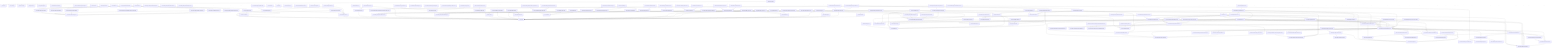
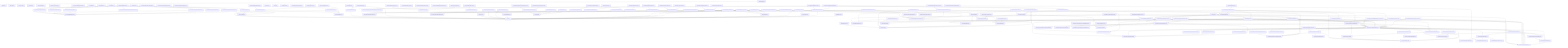
graph TD
  package__ankhorage_studio["@ankhorage/studio"]
  entrypoint_src_index_ts["src/index.ts"]
  package__ankhorage_studio --> entrypoint_src_index_ts
  module_knip_config_ts["knip.config.ts"]
  package__ankhorage_studio -.-> module_knip_config_ts
  module_paradox_config_ts["paradox.config.ts"]
  package__ankhorage_studio -.-> module_paradox_config_ts
  module_src_app_index_ts["src/app/index.ts"]
  package__ankhorage_studio -.-> module_src_app_index_ts
  module_src_app_StudioApp_tsx["src/app/StudioApp.tsx"]
  package__ankhorage_studio -.-> module_src_app_StudioApp_tsx
  module_src_app_StudioDashboard_tsx["src/app/StudioDashboard.tsx"]
  package__ankhorage_studio -.-> module_src_app_StudioDashboard_tsx
  module_src_app_StudioDashboard_tsx --> module_src_hooks_useProjects_ts
  module_src_app_StudioDashboard_tsx --> module_src_hooks_useTemplateSummaries_ts
  module_src_app_StudioDashboard_tsx --> module_src_modules_dashboard_platform_ts
  module_src_app_StudioDashboard_tsx --> module_src_modules_dashboard_search_ts
  module_src_app_StudioDashboard_tsx --> module_src_modules_dashboard_templates_ts
  module_src_app_StudioDashboard_tsx --> module_src_modules_dashboard_types_ts
  module_src_app_StudioDashboard_tsx --> module_src_modules_dashboard_ui_DashboardSectionHeader_tsx
  module_src_app_StudioDashboard_tsx --> module_src_modules_dashboard_ui_ProjectCard_tsx
  module_src_app_StudioDashboard_tsx --> module_src_modules_dashboard_ui_TemplateCard_tsx
  module_src_authFlowContract_test_ts["src/authFlowContract.test.ts"]
  package__ankhorage_studio -.-> module_src_authFlowContract_test_ts
  module_src_authSettings_test_ts["src/authSettings.test.ts"]
  package__ankhorage_studio -.-> module_src_authSettings_test_ts
  module_src_authSettings_test_ts --> module_src_authSettings_ts
  module_src_authSettings_ts["src/authSettings.ts"]
  package__ankhorage_studio -.-> module_src_authSettings_ts
  module_src_canvasDragModel_public_test_ts["src/canvasDragModel.public.test.ts"]
  package__ankhorage_studio -.-> module_src_canvasDragModel_public_test_ts
  module_src_canvasDragModel_public_test_ts --> module_src_canvasDragModel_ts
  module_src_canvasDragModel_public_test_ts --> module_src_canvasDropZones_ts
  module_src_canvasDragModel_test_ts["src/canvasDragModel.test.ts"]
  package__ankhorage_studio -.-> module_src_canvasDragModel_test_ts
  module_src_canvasDragModel_test_ts --> module_src_canvasDragModel_ts
  module_src_canvasDragModel_test_ts --> module_src_canvasDropZones_ts
  module_src_canvasDragModel_ts["src/canvasDragModel.ts"]
  package__ankhorage_studio -.-> module_src_canvasDragModel_ts
  module_src_canvasDragModel_ts --> module_src_canvasDropZones_ts
  module_src_canvasDragModel_ts --> module_src_index_ts
  module_src_canvasDropZones_test_ts["src/canvasDropZones.test.ts"]
  package__ankhorage_studio -.-> module_src_canvasDropZones_test_ts
  module_src_canvasDropZones_test_ts --> module_src_canvasDropZones_ts
  module_src_canvasDropZones_test_ts --> module_src_index_ts
  module_src_canvasDropZones_ts["src/canvasDropZones.ts"]
  package__ankhorage_studio -.-> module_src_canvasDropZones_ts
  module_src_canvasDropZones_ts --> module_src_index_ts
  module_src_cli_index_ts["src/cli/index.ts"]
  package__ankhorage_studio -.-> module_src_cli_index_ts
  module_src_cli_index_ts --> module_src_host_createStudioHost_ts
  module_src_cli_index_ts --> module_src_host_http_server_ts
  module_src_cli_index_ts --> module_src_host_templateRegistry_index_ts
  module_src_cli_index_ts --> module_src_host_utils_workspaceRoot_ts
  module_src_core_constants_ts["src/core/constants.ts"]
  package__ankhorage_studio -.-> module_src_core_constants_ts
  module_src_core_StudioContext_ts["src/core/StudioContext.ts"]
  package__ankhorage_studio -.-> module_src_core_StudioContext_ts
  module_src_core_StudioContext_ts --> module_src_index_ts
  module_src_core_studioPackageBoundary_ts["src/core/studioPackageBoundary.ts"]
  package__ankhorage_studio -.-> module_src_core_studioPackageBoundary_ts
  module_src_core_StudioProvider_ts["src/core/StudioProvider.ts"]
  package__ankhorage_studio -.-> module_src_core_StudioProvider_ts
  module_src_core_StudioProvider_ts --> module_src_core_StudioContext_ts
  module_src_core_StudioProvider_ts --> module_src_index_ts
  module_src_dnd_index_ts["src/dnd/index.ts"]
  package__ankhorage_studio -.-> module_src_dnd_index_ts
  module_src_dnd_primitives_ts["src/dnd/primitives.ts"]
  package__ankhorage_studio -.-> module_src_dnd_primitives_ts
  module_src_dnd_state_ts["src/dnd/state.ts"]
  package__ankhorage_studio -.-> module_src_dnd_state_ts
  module_src_hooks_useProjects_ts["src/hooks/useProjects.ts"]
  package__ankhorage_studio -.-> module_src_hooks_useProjects_ts
  module_src_hooks_useProjects_ts --> module_src_core_constants_ts
  module_src_hooks_useTemplateSummaries_ts["src/hooks/useTemplateSummaries.ts"]
  package__ankhorage_studio -.-> module_src_hooks_useTemplateSummaries_ts
  module_src_hooks_useTemplateSummaries_ts --> module_src_core_constants_ts
  module_src_hooks_useTemplateSummaries_ts --> module_src_modules_dashboard_types_ts
  module_src_host_auth_projectAuthHealthService_ts["src/host/auth/projectAuthHealthService.ts"]
  package__ankhorage_studio -.-> module_src_host_auth_projectAuthHealthService_ts
  module_src_host_auth_projectAuthHealthService_ts --> module_src_host_orchestrator_projectManager_ts
  module_src_host_auth_projectAuthHealthService_ts --> module_src_host_secrets_projectSecretService_ts
  module_src_host_auth_projectAuthHealthService_ts --> module_src_projectAuthHealth_ts
  module_src_host_auth_projectAuthService_test_ts["src/host/auth/projectAuthService.test.ts"]
  package__ankhorage_studio -.-> module_src_host_auth_projectAuthService_test_ts
  module_src_host_auth_projectAuthService_test_ts --> module_src_host_auth_projectAuthService_ts
  module_src_host_auth_projectAuthService_ts["src/host/auth/projectAuthService.ts"]
  package__ankhorage_studio -.-> module_src_host_auth_projectAuthService_ts
  module_src_host_auth_projectAuthService_ts --> module_src_authSettings_ts
  module_src_host_auth_projectAuthService_ts --> module_src_host_orchestrator_projectManager_ts
  module_src_host_createStudioHost_ts["src/host/createStudioHost.ts"]
  package__ankhorage_studio -.-> module_src_host_createStudioHost_ts
  module_src_host_createStudioHost_ts --> module_src_host_orchestrator_infraRuntime_ts
  module_src_host_createStudioHost_ts --> module_src_host_orchestrator_moduleManager_ts
  module_src_host_createStudioHost_ts --> module_src_host_orchestrator_projectManager_ts
+   module_src_host_generatedAuthAdapterRuntime_smoke_test_ts["src/host/generatedAuthAdapterRuntime.smoke.test.ts"]
+   package__ankhorage_studio -.-> module_src_host_generatedAuthAdapterRuntime_smoke_test_ts
+   module_src_host_generatedAuthAdapterRuntime_smoke_test_ts --> module_src_host_orchestrator_moduleManager_ts
+   module_src_host_generatedAuthAdapterRuntime_smoke_test_ts --> module_src_host_orchestrator_projectManager_ts
+   module_src_host_generatedAuthAdapterRuntime_smoke_test_ts --> module_src_host_templateRegistry_index_ts
  module_src_host_hostLifecycle_smoke_test_ts["src/host/hostLifecycle.smoke.test.ts"]
  package__ankhorage_studio -.-> module_src_host_hostLifecycle_smoke_test_ts
  module_src_host_hostLifecycle_smoke_test_ts --> module_src_host_orchestrator_moduleManager_ts
  module_src_host_hostLifecycle_smoke_test_ts --> module_src_host_orchestrator_projectManager_ts
  module_src_host_hostLifecycle_smoke_test_ts --> module_src_host_templateRegistry_index_ts
  module_src_host_hostOwnership_test_ts["src/host/hostOwnership.test.ts"]
  package__ankhorage_studio -.-> module_src_host_hostOwnership_test_ts
  module_src_host_hostOwnership_test_ts --> module_src_host_http_security_ts
  module_src_host_hostOwnership_test_ts --> module_src_host_orchestrator_projectPaths_ts
  module_src_host_hostOwnership_test_ts --> module_src_host_utils_workspaceRoot_ts
  module_src_host_http_authRoutes_ts["src/host/http/authRoutes.ts"]
  package__ankhorage_studio -.-> module_src_host_http_authRoutes_ts
  module_src_host_http_authRoutes_ts --> module_src_host_auth_projectAuthHealthService_ts
  module_src_host_http_authRoutes_ts --> module_src_host_auth_projectAuthService_ts
  module_src_host_http_authRoutes_ts --> module_src_host_orchestrator_projectManager_ts
  module_src_host_http_authRoutes_ts --> module_src_host_secrets_projectSecretService_ts
  module_src_host_http_secretRoutes_ts["src/host/http/secretRoutes.ts"]
  package__ankhorage_studio -.-> module_src_host_http_secretRoutes_ts
  module_src_host_http_secretRoutes_ts --> module_src_host_orchestrator_projectManager_ts
  module_src_host_http_secretRoutes_ts --> module_src_host_secrets_projectSecretService_ts
  module_src_host_http_security_ts["src/host/http/security.ts"]
  package__ankhorage_studio -.-> module_src_host_http_security_ts
  module_src_host_http_server_ts["src/host/http/server.ts"]
  package__ankhorage_studio -.-> module_src_host_http_server_ts
  module_src_host_http_server_ts --> module_src_host_http_security_ts
  module_src_host_http_server_ts --> module_src_host_orchestrator_infraRuntime_ts
  module_src_host_http_server_ts --> module_src_host_orchestrator_moduleManager_ts
  module_src_host_http_server_ts --> module_src_host_orchestrator_projectManager_ts
  module_src_host_http_server_ts --> module_src_host_orchestrator_resolveMutations_ts
  module_src_host_http_server_ts --> module_src_host_templateRegistry_index_ts
  module_src_host_http_server_ts --> module_src_host_utils_trimOutput_ts
  module_src_host_http_server_ts --> module_src_host_utils_workspaceRoot_ts
  module_src_host_http_serverWithSecrets_ts["src/host/http/serverWithSecrets.ts"]
  package__ankhorage_studio -.-> module_src_host_http_serverWithSecrets_ts
  module_src_host_http_serverWithSecrets_ts --> module_src_host_http_authRoutes_ts
  module_src_host_http_serverWithSecrets_ts --> module_src_host_http_secretRoutes_ts
  module_src_host_http_serverWithSecrets_ts --> module_src_host_http_server_ts
  module_src_host_http_serverWithSecrets_ts --> module_src_host_orchestrator_moduleManager_ts
  module_src_host_http_serverWithSecrets_ts --> module_src_host_orchestrator_projectManager_ts
  module_src_host_http_serverWithSecrets_ts --> module_src_host_utils_workspaceRoot_ts
  module_src_host_http_standalone_ts["src/host/http/standalone.ts"]
  package__ankhorage_studio -.-> module_src_host_http_standalone_ts
  module_src_host_http_standalone_ts --> module_src_host_http_serverWithSecrets_ts
  module_src_host_index_ts["src/host/index.ts"]
  package__ankhorage_studio -.-> module_src_host_index_ts
  module_src_host_layout_auth_resolveAuthLayoutPlan_test_ts["src/host/layout/auth/resolveAuthLayoutPlan.test.ts"]
  package__ankhorage_studio -.-> module_src_host_layout_auth_resolveAuthLayoutPlan_test_ts
  module_src_host_layout_auth_resolveAuthLayoutPlan_test_ts --> module_src_host_layout_auth_resolveAuthLayoutPlan_ts
  module_src_host_layout_auth_resolveAuthLayoutPlan_ts["src/host/layout/auth/resolveAuthLayoutPlan.ts"]
  package__ankhorage_studio -.-> module_src_host_layout_auth_resolveAuthLayoutPlan_ts
  module_src_host_layout_layoutGenerator_test_ts["src/host/layout/layoutGenerator.test.ts"]
  package__ankhorage_studio -.-> module_src_host_layout_layoutGenerator_test_ts
  module_src_host_layout_layoutGenerator_test_ts --> module_src_host_layout_layoutGenerator_ts
  module_src_host_layout_layoutGenerator_ts["src/host/layout/layoutGenerator.ts"]
  package__ankhorage_studio -.-> module_src_host_layout_layoutGenerator_ts
  module_src_host_layout_layoutGenerator_ts --> module_src_host_layout_auth_resolveAuthLayoutPlan_ts
  module_src_host_layout_layoutGenerator_ts --> module_src_host_layout_templates_index_ts
  module_src_host_layout_layoutGenerator_ts --> module_src_host_modules_layout_ts
  module_src_host_layout_templates_auth_adapter_ts["src/host/layout/templates/auth/adapter.ts"]
  package__ankhorage_studio -.-> module_src_host_layout_templates_auth_adapter_ts
  module_src_host_layout_templates_auth_callback_ts["src/host/layout/templates/auth/callback.ts"]
  package__ankhorage_studio -.-> module_src_host_layout_templates_auth_callback_ts
  module_src_host_layout_templates_auth_callback_ts --> module_src_host_layout_templates_utils_routes_ts
  module_src_host_layout_templates_auth_callback_ts --> module_src_host_layout_utils_escapeStringLiteral_ts
  module_src_host_layout_templates_auth_oauth_ts["src/host/layout/templates/auth/oauth.ts"]
  package__ankhorage_studio -.-> module_src_host_layout_templates_auth_oauth_ts
  module_src_host_layout_templates_auth_oauth_ts --> module_src_host_layout_auth_resolveAuthLayoutPlan_ts
  module_src_host_layout_templates_auth_oauth_ts --> module_src_host_layout_utils_escapeStringLiteral_ts
  module_src_host_layout_templates_auth_screen_ts["src/host/layout/templates/auth/screen.ts"]
  package__ankhorage_studio -.-> module_src_host_layout_templates_auth_screen_ts
  module_src_host_layout_templates_auth_screen_ts --> module_src_host_layout_auth_resolveAuthLayoutPlan_ts
  module_src_host_layout_templates_auth_screen_ts --> module_src_host_layout_templates_utils_routes_ts
  module_src_host_layout_templates_auth_screen_ts --> module_src_host_layout_templates_utils_strings_ts
  module_src_host_layout_templates_auth_screen_ts --> module_src_host_layout_utils_escapeStringLiteral_ts
  module_src_host_layout_templates_auth_session_ts["src/host/layout/templates/auth/session.ts"]
  package__ankhorage_studio -.-> module_src_host_layout_templates_auth_session_ts
  module_src_host_layout_templates_auth_signOut_ts["src/host/layout/templates/auth/signOut.ts"]
  package__ankhorage_studio -.-> module_src_host_layout_templates_auth_signOut_ts
  module_src_host_layout_templates_index_ts["src/host/layout/templates/index.ts"]
  package__ankhorage_studio -.-> module_src_host_layout_templates_index_ts
  module_src_host_layout_templates_navigation_ts["src/host/layout/templates/navigation.ts"]
  package__ankhorage_studio -.-> module_src_host_layout_templates_navigation_ts
  module_src_host_layout_templates_navigation_ts --> module_src_host_layout_utils_escapeStringLiteral_ts
  module_src_host_layout_templates_nestedLayout_ts["src/host/layout/templates/nestedLayout.ts"]
  package__ankhorage_studio -.-> module_src_host_layout_templates_nestedLayout_ts
  module_src_host_layout_templates_nestedLayout_ts --> module_src_host_layout_templates_navigation_ts
  module_src_host_layout_templates_nestedLayout_ts --> module_src_host_layout_templates_utils_strings_ts
  module_src_host_layout_templates_redirect_ts["src/host/layout/templates/redirect.ts"]
  package__ankhorage_studio -.-> module_src_host_layout_templates_redirect_ts
  module_src_host_layout_templates_redirect_ts --> module_src_host_layout_utils_escapeStringLiteral_ts
  module_src_host_layout_templates_rootLayout_test_ts["src/host/layout/templates/rootLayout.test.ts"]
  package__ankhorage_studio -.-> module_src_host_layout_templates_rootLayout_test_ts
  module_src_host_layout_templates_rootLayout_test_ts --> module_src_host_layout_templates_rootLayout_ts
  module_src_host_layout_templates_rootLayout_ts["src/host/layout/templates/rootLayout.ts"]
  package__ankhorage_studio -.-> module_src_host_layout_templates_rootLayout_ts
  module_src_host_layout_templates_rootLayout_ts --> module_src_host_layout_templates_navigation_ts
  module_src_host_layout_templates_rootLayout_ts --> module_src_host_layout_templates_utils_routes_ts
  module_src_host_layout_templates_rootLayout_ts --> module_src_host_layout_utils_escapeStringLiteral_ts
  module_src_host_layout_templates_rootLayout_ts --> module_src_host_modules_layout_ts
  module_src_host_layout_templates_screen_ts["src/host/layout/templates/screen.ts"]
  package__ankhorage_studio -.-> module_src_host_layout_templates_screen_ts
  module_src_host_layout_templates_screen_ts --> module_src_host_layout_templates_utils_strings_ts
  module_src_host_layout_templates_screen_ts --> module_src_host_layout_utils_escapeStringLiteral_ts
  module_src_host_layout_templates_utils_routes_ts["src/host/layout/templates/utils/routes.ts"]
  package__ankhorage_studio -.-> module_src_host_layout_templates_utils_routes_ts
  module_src_host_layout_templates_utils_strings_ts["src/host/layout/templates/utils/strings.ts"]
  package__ankhorage_studio -.-> module_src_host_layout_templates_utils_strings_ts
  module_src_host_layout_utils_escapeStringLiteral_ts["src/host/layout/utils/escapeStringLiteral.ts"]
  package__ankhorage_studio -.-> module_src_host_layout_utils_escapeStringLiteral_ts
  module_src_host_manifestSystem_auth_index_ts["src/host/manifestSystem/auth/index.ts"]
  package__ankhorage_studio -.-> module_src_host_manifestSystem_auth_index_ts
  module_src_host_manifestSystem_auth_shared_global_auth_system_tpl_ts["src/host/manifestSystem/auth/shared/global.auth.system.tpl.ts"]
  package__ankhorage_studio -.-> module_src_host_manifestSystem_auth_shared_global_auth_system_tpl_ts
  module_src_host_manifestSystem_auth_shared_index_ts["src/host/manifestSystem/auth/shared/index.ts"]
  package__ankhorage_studio -.-> module_src_host_manifestSystem_auth_shared_index_ts
  module_src_host_manifestSystem_auth_shared_index_ts --> module_src_host_manifestSystem_auth_shared_global_auth_system_tpl_ts
  module_src_host_manifestSystem_auth_shared_index_ts --> module_src_host_manifestSystem_types_ts
  module_src_host_manifestSystem_index_ts["src/host/manifestSystem/index.ts"]
  package__ankhorage_studio -.-> module_src_host_manifestSystem_index_ts
  module_src_host_manifestSystem_index_ts --> module_src_host_manifestSystem_auth_index_ts
  module_src_host_manifestSystem_index_ts --> module_src_host_manifestSystem_types_ts
  module_src_host_manifestSystem_index_ts --> module_src_host_utils_requirementsInference_ts
  module_src_host_manifestSystem_types_ts["src/host/manifestSystem/types.ts"]
  package__ankhorage_studio -.-> module_src_host_manifestSystem_types_ts
  module_src_host_modules_catalog_ts["src/host/modules/catalog.ts"]
  package__ankhorage_studio -.-> module_src_host_modules_catalog_ts
  module_src_host_modules_catalog_ts --> module_src_host_modules_layout_ts
  module_src_host_modules_layout_ts["src/host/modules/layout.ts"]
  package__ankhorage_studio -.-> module_src_host_modules_layout_ts
  module_src_host_modules_runtime_LocalFsTargetAdapter_ts["src/host/modules/runtime/LocalFsTargetAdapter.ts"]
  package__ankhorage_studio -.-> module_src_host_modules_runtime_LocalFsTargetAdapter_ts
  module_src_host_oauthFixtureConsumer_smoke_test_ts["src/host/oauthFixtureConsumer.smoke.test.ts"]
  package__ankhorage_studio -.-> module_src_host_oauthFixtureConsumer_smoke_test_ts
  module_src_host_oauthFixtureConsumer_smoke_test_ts --> module_src_host_orchestrator_moduleManager_ts
  module_src_host_oauthFixtureConsumer_smoke_test_ts --> module_src_host_orchestrator_projectManager_ts
  module_src_host_oauthFixtureConsumer_smoke_test_ts --> module_src_host_templateRegistry_index_ts
  module_src_host_orchestrator_generatedAppFiles_ts["src/host/orchestrator/generatedAppFiles.ts"]
  package__ankhorage_studio -.-> module_src_host_orchestrator_generatedAppFiles_ts
  module_src_host_orchestrator_generatedAppFiles_ts --> module_src_host_zoraExtensions_index_ts
  module_src_host_orchestrator_generatedRouteCleanup_ts["src/host/orchestrator/generatedRouteCleanup.ts"]
  package__ankhorage_studio -.-> module_src_host_orchestrator_generatedRouteCleanup_ts
  module_src_host_orchestrator_infraGenerator_ts["src/host/orchestrator/infraGenerator.ts"]
  package__ankhorage_studio -.-> module_src_host_orchestrator_infraGenerator_ts
  module_src_host_orchestrator_infraGenerator_ts --> module_src_host_orchestrator_infraValidation_ts
  module_src_host_orchestrator_infraRuntime_ts["src/host/orchestrator/infraRuntime.ts"]
  package__ankhorage_studio -.-> module_src_host_orchestrator_infraRuntime_ts
  module_src_host_orchestrator_infraRuntime_ts --> module_src_host_orchestrator_projectPaths_ts
  module_src_host_orchestrator_infraValidation_ts["src/host/orchestrator/infraValidation.ts"]
  package__ankhorage_studio -.-> module_src_host_orchestrator_infraValidation_ts
  module_src_host_orchestrator_moduleManager_ts["src/host/orchestrator/moduleManager.ts"]
  package__ankhorage_studio -.-> module_src_host_orchestrator_moduleManager_ts
  module_src_host_orchestrator_moduleManager_ts --> module_src_host_modules_catalog_ts
  module_src_host_orchestrator_moduleManager_ts --> module_src_host_modules_runtime_LocalFsTargetAdapter_ts
  module_src_host_orchestrator_moduleManager_ts --> module_src_host_orchestrator_projectManager_ts
  module_src_host_orchestrator_moduleManager_ts --> module_src_host_orchestrator_resolveMutations_ts
  module_src_host_orchestrator_projectDeletion_ts["src/host/orchestrator/projectDeletion.ts"]
  package__ankhorage_studio -.-> module_src_host_orchestrator_projectDeletion_ts
  module_src_host_orchestrator_projectManager_ts["src/host/orchestrator/projectManager.ts"]
  package__ankhorage_studio -.-> module_src_host_orchestrator_projectManager_ts
  module_src_host_orchestrator_projectManager_ts --> module_src_host_layout_layoutGenerator_ts
  module_src_host_orchestrator_projectManager_ts --> module_src_host_manifestSystem_index_ts
  module_src_host_orchestrator_projectManager_ts --> module_src_host_modules_layout_ts
  module_src_host_orchestrator_projectManager_ts --> module_src_host_orchestrator_generatedRouteCleanup_ts
  module_src_host_orchestrator_projectManager_ts --> module_src_host_orchestrator_infraGenerator_ts
  module_src_host_orchestrator_projectManager_ts --> module_src_host_orchestrator_infraRuntime_ts
  module_src_host_orchestrator_projectManager_ts --> module_src_host_orchestrator_projectDeletion_ts
  module_src_host_orchestrator_projectManager_ts --> module_src_host_orchestrator_projectPaths_ts
  module_src_host_orchestrator_projectManager_ts --> module_src_host_orchestrator_projectStore_ts
  module_src_host_orchestrator_projectManager_ts --> module_src_host_orchestrator_resolveMutations_ts
  module_src_host_orchestrator_projectManager_ts --> module_src_host_orchestrator_scaffolder_ts
  module_src_host_orchestrator_projectManager_ts --> module_src_host_orchestrator_templates_ts
  module_src_host_orchestrator_projectManager_ts --> module_src_host_orchestrator_workspaceRuntime_ts
  module_src_host_orchestrator_projectManager_ts --> module_src_host_templateRegistry_index_ts
  module_src_host_orchestrator_projectManager_ts --> module_src_host_zoraExtensions_index_ts
  module_src_host_orchestrator_projectPaths_ts["src/host/orchestrator/projectPaths.ts"]
  package__ankhorage_studio -.-> module_src_host_orchestrator_projectPaths_ts
  module_src_host_orchestrator_projectStore_ts["src/host/orchestrator/projectStore.ts"]
  package__ankhorage_studio -.-> module_src_host_orchestrator_projectStore_ts
  module_src_host_orchestrator_projectStore_ts --> module_src_host_orchestrator_projectPaths_ts
  module_src_host_orchestrator_resolveMutations_ts["src/host/orchestrator/resolveMutations.ts"]
  package__ankhorage_studio -.-> module_src_host_orchestrator_resolveMutations_ts
  module_src_host_orchestrator_resolveMutations_ts --> module_src_host_modules_catalog_ts
  module_src_host_orchestrator_resolveMutations_ts --> module_src_host_modules_layout_ts
  module_src_host_orchestrator_scaffolder_ts["src/host/orchestrator/scaffolder.ts"]
  package__ankhorage_studio -.-> module_src_host_orchestrator_scaffolder_ts
  module_src_host_orchestrator_scaffolder_ts --> module_src_host_manifestSystem_index_ts
  module_src_host_orchestrator_scaffolder_ts --> module_src_host_orchestrator_generatedAppFiles_ts
  module_src_host_orchestrator_scaffolder_ts --> module_src_host_orchestrator_templates_ts
  module_src_host_orchestrator_scaffolder_ts --> module_src_host_templateRegistry_index_ts
  module_src_host_orchestrator_scaffolder_ts --> module_src_host_zoraExtensions_index_ts
  module_src_host_orchestrator_templates_test_ts["src/host/orchestrator/templates.test.ts"]
  package__ankhorage_studio -.-> module_src_host_orchestrator_templates_test_ts
  module_src_host_orchestrator_templates_test_ts --> module_src_host_orchestrator_templates_ts
  module_src_host_orchestrator_templates_ts["src/host/orchestrator/templates.ts"]
  package__ankhorage_studio -.-> module_src_host_orchestrator_templates_ts
  module_src_host_orchestrator_workspaceRuntime_ts["src/host/orchestrator/workspaceRuntime.ts"]
  package__ankhorage_studio -.-> module_src_host_orchestrator_workspaceRuntime_ts
  module_src_host_secrets_bunSupabaseVaultClient_ts["src/host/secrets/bunSupabaseVaultClient.ts"]
  package__ankhorage_studio -.-> module_src_host_secrets_bunSupabaseVaultClient_ts
  module_src_host_secrets_projectSecretService_test_ts["src/host/secrets/projectSecretService.test.ts"]
  package__ankhorage_studio -.-> module_src_host_secrets_projectSecretService_test_ts
  module_src_host_secrets_projectSecretService_test_ts --> module_src_host_secrets_projectSecretService_ts
  module_src_host_secrets_projectSecretService_ts["src/host/secrets/projectSecretService.ts"]
  package__ankhorage_studio -.-> module_src_host_secrets_projectSecretService_ts
  module_src_host_secrets_projectSecretService_ts --> module_src_host_orchestrator_projectManager_ts
  module_src_host_secrets_projectSecretService_ts --> module_src_host_orchestrator_projectPaths_ts
  module_src_host_secrets_projectSecretService_ts --> module_src_host_secrets_bunSupabaseVaultClient_ts
  module_src_host_secrets_projectSecretService_ts --> module_src_host_secrets_resolveProjectSecretDatabaseUrl_ts
  module_src_host_secrets_projectSecretService_ts --> module_src_projectSecretUsage_ts
  module_src_host_secrets_resolveProjectSecretDatabaseUrl_test_ts["src/host/secrets/resolveProjectSecretDatabaseUrl.test.ts"]
  package__ankhorage_studio -.-> module_src_host_secrets_resolveProjectSecretDatabaseUrl_test_ts
  module_src_host_secrets_resolveProjectSecretDatabaseUrl_test_ts --> module_src_host_secrets_resolveProjectSecretDatabaseUrl_ts
  module_src_host_secrets_resolveProjectSecretDatabaseUrl_ts["src/host/secrets/resolveProjectSecretDatabaseUrl.ts"]
  package__ankhorage_studio -.-> module_src_host_secrets_resolveProjectSecretDatabaseUrl_ts
  module_src_host_templateRegistry_index_ts["src/host/templateRegistry/index.ts"]
  package__ankhorage_studio -.-> module_src_host_templateRegistry_index_ts
  module_src_host_utils_requirementsInference_ts["src/host/utils/requirementsInference.ts"]
  package__ankhorage_studio -.-> module_src_host_utils_requirementsInference_ts
  module_src_host_utils_trimOutput_ts["src/host/utils/trimOutput.ts"]
  package__ankhorage_studio -.-> module_src_host_utils_trimOutput_ts
  module_src_host_utils_workspaceRoot_ts["src/host/utils/workspaceRoot.ts"]
  package__ankhorage_studio -.-> module_src_host_utils_workspaceRoot_ts
  module_src_host_zoraExtensions_index_ts["src/host/zoraExtensions/index.ts"]
  package__ankhorage_studio -.-> module_src_host_zoraExtensions_index_ts
  module_src_host_zoraExtensions_index_ts --> module_src_host_templateRegistry_index_ts
  module_src_index_test_ts["src/index.test.ts"]
  package__ankhorage_studio -.-> module_src_index_test_ts
  module_src_index_test_ts --> module_src_index_ts
  module_src_index_ts["src/index.ts"]
  module_src_insertModalModel_public_test_ts["src/insertModalModel.public.test.ts"]
  package__ankhorage_studio -.-> module_src_insertModalModel_public_test_ts
  module_src_insertModalModel_public_test_ts --> module_src_index_ts
  module_src_insertModalModel_public_test_ts --> module_src_insertModalModel_ts
  module_src_insertModalModel_test_ts["src/insertModalModel.test.ts"]
  package__ankhorage_studio -.-> module_src_insertModalModel_test_ts
  module_src_insertModalModel_test_ts --> module_src_index_ts
  module_src_insertModalModel_test_ts --> module_src_insertModalModel_ts
  module_src_insertModalModel_ts["src/insertModalModel.ts"]
  package__ankhorage_studio -.-> module_src_insertModalModel_ts
  module_src_insertModalModel_ts --> module_src_index_ts
  module_src_localizationConfig_public_test_ts["src/localizationConfig.public.test.ts"]
  package__ankhorage_studio -.-> module_src_localizationConfig_public_test_ts
  module_src_localizationConfig_public_test_ts --> module_src_localizationConfig_ts
  module_src_localizationConfig_test_ts["src/localizationConfig.test.ts"]
  package__ankhorage_studio -.-> module_src_localizationConfig_test_ts
  module_src_localizationConfig_test_ts --> module_src_localizationConfig_ts
  module_src_localizationConfig_ts["src/localizationConfig.ts"]
  package__ankhorage_studio -.-> module_src_localizationConfig_ts
  module_src_localizationPanelModel_test_ts["src/localizationPanelModel.test.ts"]
  package__ankhorage_studio -.-> module_src_localizationPanelModel_test_ts
  module_src_localizationPanelModel_test_ts --> module_src_localizationPanelModel_ts
  module_src_localizationPanelModel_ts["src/localizationPanelModel.ts"]
  package__ankhorage_studio -.-> module_src_localizationPanelModel_ts
  module_src_manifestNavigatorPreviewModel_public_test_ts["src/manifestNavigatorPreviewModel.public.test.ts"]
  package__ankhorage_studio -.-> module_src_manifestNavigatorPreviewModel_public_test_ts
  module_src_manifestNavigatorPreviewModel_public_test_ts --> module_src_manifestNavigatorPreviewModel_ts
  module_src_manifestNavigatorPreviewModel_test_ts["src/manifestNavigatorPreviewModel.test.ts"]
  package__ankhorage_studio -.-> module_src_manifestNavigatorPreviewModel_test_ts
  module_src_manifestNavigatorPreviewModel_test_ts --> module_src_manifestNavigatorPreviewModel_ts
  module_src_manifestNavigatorPreviewModel_ts["src/manifestNavigatorPreviewModel.ts"]
  package__ankhorage_studio -.-> module_src_manifestNavigatorPreviewModel_ts
  module_src_manifestNavigatorPreviewModel_ts --> module_src_routeUtils_ts
  module_src_manifestState_public_test_ts["src/manifestState.public.test.ts"]
  package__ankhorage_studio -.-> module_src_manifestState_public_test_ts
  module_src_manifestState_public_test_ts --> module_src_index_ts
  module_src_manifestState_public_test_ts --> module_src_manifestState_ts
  module_src_manifestState_routes_test_ts["src/manifestState.routes.test.ts"]
  package__ankhorage_studio -.-> module_src_manifestState_routes_test_ts
  module_src_manifestState_routes_test_ts --> module_src_index_ts
  module_src_manifestState_routes_test_ts --> module_src_manifestState_ts
  module_src_manifestState_test_ts["src/manifestState.test.ts"]
  package__ankhorage_studio -.-> module_src_manifestState_test_ts
  module_src_manifestState_test_ts --> module_src_index_ts
  module_src_manifestState_test_ts --> module_src_manifestState_ts
  module_src_manifestState_ts["src/manifestState.ts"]
  package__ankhorage_studio -.-> module_src_manifestState_ts
  module_src_manifestState_ts --> module_src_index_ts
  module_src_manifestSync_test_ts["src/manifestSync.test.ts"]
  package__ankhorage_studio -.-> module_src_manifestSync_test_ts
  module_src_manifestSync_test_ts --> module_src_index_ts
  module_src_manifestSync_test_ts --> module_src_manifestSync_ts
  module_src_manifestSync_ts["src/manifestSync.ts"]
  package__ankhorage_studio -.-> module_src_manifestSync_ts
  module_src_manifestSync_ts --> module_src_index_ts
  module_src_modules_dashboard_platform_ts["src/modules/dashboard/platform.ts"]
  package__ankhorage_studio -.-> module_src_modules_dashboard_platform_ts
  module_src_modules_dashboard_search_ts["src/modules/dashboard/search.ts"]
  package__ankhorage_studio -.-> module_src_modules_dashboard_search_ts
  module_src_modules_dashboard_search_ts --> module_src_modules_dashboard_types_ts
  module_src_modules_dashboard_templates_ts["src/modules/dashboard/templates.ts"]
  package__ankhorage_studio -.-> module_src_modules_dashboard_templates_ts
  module_src_modules_dashboard_templates_ts --> module_src_modules_dashboard_types_ts
  module_src_modules_dashboard_types_ts["src/modules/dashboard/types.ts"]
  package__ankhorage_studio -.-> module_src_modules_dashboard_types_ts
  module_src_modules_dashboard_ui_DashboardSectionHeader_tsx["src/modules/dashboard/ui/DashboardSectionHeader.tsx"]
  package__ankhorage_studio -.-> module_src_modules_dashboard_ui_DashboardSectionHeader_tsx
  module_src_modules_dashboard_ui_ProjectCard_tsx["src/modules/dashboard/ui/ProjectCard.tsx"]
  package__ankhorage_studio -.-> module_src_modules_dashboard_ui_ProjectCard_tsx
  module_src_modules_dashboard_ui_ProjectCard_tsx --> module_src_modules_dashboard_types_ts
  module_src_modules_dashboard_ui_TemplateCard_tsx["src/modules/dashboard/ui/TemplateCard.tsx"]
  package__ankhorage_studio -.-> module_src_modules_dashboard_ui_TemplateCard_tsx
  module_src_modules_dashboard_ui_TemplateCard_tsx --> module_src_modules_dashboard_types_ts
  module_src_projectAuthApi_test_ts["src/projectAuthApi.test.ts"]
  package__ankhorage_studio -.-> module_src_projectAuthApi_test_ts
  module_src_projectAuthApi_test_ts --> module_src_authSettings_ts
  module_src_projectAuthApi_test_ts --> module_src_projectAuthApi_ts
  module_src_projectAuthApi_ts["src/projectAuthApi.ts"]
  package__ankhorage_studio -.-> module_src_projectAuthApi_ts
  module_src_projectAuthApi_ts --> module_src_authSettings_ts
  module_src_projectAuthApi_ts --> module_src_projectAuthHealth_ts
  module_src_projectAuthApi_ts --> module_src_secretResponseGuard_ts
  module_src_projectAuthHealth_test_ts["src/projectAuthHealth.test.ts"]
  package__ankhorage_studio -.-> module_src_projectAuthHealth_test_ts
  module_src_projectAuthHealth_test_ts --> module_src_projectAuthHealth_ts
  module_src_projectAuthHealth_ts["src/projectAuthHealth.ts"]
  package__ankhorage_studio -.-> module_src_projectAuthHealth_ts
  module_src_projectAuthHealth_ts --> module_src_authSettings_ts
  module_src_projectSecretApi_test_ts["src/projectSecretApi.test.ts"]
  package__ankhorage_studio -.-> module_src_projectSecretApi_test_ts
  module_src_projectSecretApi_test_ts --> module_src_projectSecretApi_ts
  module_src_projectSecretApi_ts["src/projectSecretApi.ts"]
  package__ankhorage_studio -.-> module_src_projectSecretApi_ts
  module_src_projectSecretApi_ts --> module_src_projectSecretUsage_ts
  module_src_projectSecretApi_ts --> module_src_secretResponseGuard_ts
  module_src_projectSecretUsage_test_ts["src/projectSecretUsage.test.ts"]
  package__ankhorage_studio -.-> module_src_projectSecretUsage_test_ts
  module_src_projectSecretUsage_test_ts --> module_src_projectSecretUsage_ts
  module_src_projectSecretUsage_ts["src/projectSecretUsage.ts"]
  package__ankhorage_studio -.-> module_src_projectSecretUsage_ts
  module_src_root_test_ts["src/root.test.ts"]
  package__ankhorage_studio -.-> module_src_root_test_ts
  module_src_root_ts["src/root.ts"]
  package__ankhorage_studio -.-> module_src_root_ts
  module_src_routeUtils_public_test_ts["src/routeUtils.public.test.ts"]
  package__ankhorage_studio -.-> module_src_routeUtils_public_test_ts
  module_src_routeUtils_public_test_ts --> module_src_routeUtils_ts
  module_src_routeUtils_test_ts["src/routeUtils.test.ts"]
  package__ankhorage_studio -.-> module_src_routeUtils_test_ts
  module_src_routeUtils_test_ts --> module_src_routeUtils_ts
  module_src_routeUtils_ts["src/routeUtils.ts"]
  package__ankhorage_studio -.-> module_src_routeUtils_ts
  module_src_runtime_actionSuppression_ts["src/runtime/actionSuppression.ts"]
  package__ankhorage_studio -.-> module_src_runtime_actionSuppression_ts
  module_src_runtime_appExtensionRegistry_ts["src/runtime/appExtensionRegistry.ts"]
  package__ankhorage_studio -.-> module_src_runtime_appExtensionRegistry_ts
  module_src_runtime_index_ts["src/runtime/index.ts"]
  package__ankhorage_studio -.-> module_src_runtime_index_ts
  module_src_runtime_localizationPreview_ts["src/runtime/localizationPreview.ts"]
  package__ankhorage_studio -.-> module_src_runtime_localizationPreview_ts
  module_src_runtime_overlay_test_ts["src/runtime/overlay.test.ts"]
  package__ankhorage_studio -.-> module_src_runtime_overlay_test_ts
  module_src_runtime_previewRegistry_ts["src/runtime/previewRegistry.ts"]
  package__ankhorage_studio -.-> module_src_runtime_previewRegistry_ts
  module_src_runtime_previewRuntimeConfig_ts["src/runtime/previewRuntimeConfig.ts"]
  package__ankhorage_studio -.-> module_src_runtime_previewRuntimeConfig_ts
  module_src_runtime_previewRuntimeConfig_ts --> module_src_runtime_actionSuppression_ts
  module_src_runtime_previewRuntimeConfig_ts --> module_src_runtime_previewRegistry_ts
  module_src_runtime_registry_tsx["src/runtime/registry.tsx"]
  package__ankhorage_studio -.-> module_src_runtime_registry_tsx
  module_src_runtime_registry_tsx --> module_src_runtime_appExtensionRegistry_ts
  module_src_runtime_runtimeActions_ts["src/runtime/runtimeActions.ts"]
  package__ankhorage_studio -.-> module_src_runtime_runtimeActions_ts
  module_src_runtime_useRuntimeAction_ts["src/runtime/useRuntimeAction.ts"]
  package__ankhorage_studio -.-> module_src_runtime_useRuntimeAction_ts
  module_src_runtime_useRuntimeAction_ts --> module_src_runtime_runtimeActions_ts
  module_src_runtimeDiagnosticsModel_test_ts["src/runtimeDiagnosticsModel.test.ts"]
  package__ankhorage_studio -.-> module_src_runtimeDiagnosticsModel_test_ts
  module_src_runtimeDiagnosticsModel_test_ts --> module_src_runtimeDiagnosticsModel_ts
  module_src_runtimeDiagnosticsModel_ts["src/runtimeDiagnosticsModel.ts"]
  package__ankhorage_studio -.-> module_src_runtimeDiagnosticsModel_ts
  module_src_runtimeLocalization_public_test_ts["src/runtimeLocalization.public.test.ts"]
  package__ankhorage_studio -.-> module_src_runtimeLocalization_public_test_ts
  module_src_runtimeLocalization_public_test_ts --> module_src_runtimeLocalization_ts
  module_src_runtimeLocalization_test_ts["src/runtimeLocalization.test.ts"]
  package__ankhorage_studio -.-> module_src_runtimeLocalization_test_ts
  module_src_runtimeLocalization_test_ts --> module_src_runtimeLocalization_ts
  module_src_runtimeLocalization_ts["src/runtimeLocalization.ts"]
  package__ankhorage_studio -.-> module_src_runtimeLocalization_ts
  module_src_secretResponseGuard_test_ts["src/secretResponseGuard.test.ts"]
  package__ankhorage_studio -.-> module_src_secretResponseGuard_test_ts
  module_src_secretResponseGuard_test_ts --> module_src_secretResponseGuard_ts
  module_src_secretResponseGuard_ts["src/secretResponseGuard.ts"]
  package__ankhorage_studio -.-> module_src_secretResponseGuard_ts
  module_src_studioAdminRouteModel_test_ts["src/studioAdminRouteModel.test.ts"]
  package__ankhorage_studio -.-> module_src_studioAdminRouteModel_test_ts
  module_src_studioAdminRouteModel_test_ts --> module_src_studioAdminRouteModel_ts
  module_src_studioAdminRouteModel_ts["src/studioAdminRouteModel.ts"]
  package__ankhorage_studio -.-> module_src_studioAdminRouteModel_ts
  module_src_studioAdminRouteModel_ts --> module_src_index_ts
  module_src_studioSelectionModel_knip_test_ts["src/studioSelectionModel.knip.test.ts"]
  package__ankhorage_studio -.-> module_src_studioSelectionModel_knip_test_ts
  module_src_studioSelectionModel_knip_test_ts --> module_src_studioSelectionModel_ts
  module_src_studioSelectionModel_test_ts["src/studioSelectionModel.test.ts"]
  package__ankhorage_studio -.-> module_src_studioSelectionModel_test_ts
  module_src_studioSelectionModel_test_ts --> module_src_studioSelectionModel_ts
  module_src_studioSelectionModel_ts["src/studioSelectionModel.ts"]
  package__ankhorage_studio -.-> module_src_studioSelectionModel_ts
  module_src_ui_AnkhStudio_ts["src/ui/AnkhStudio.ts"]
  package__ankhorage_studio -.-> module_src_ui_AnkhStudio_ts
  module_src_ui_AnkhStudio_ts --> module_src_core_StudioContext_ts
  module_src_ui_StudioAdminOverlay_test_ts["src/ui/StudioAdminOverlay.test.ts"]
  package__ankhorage_studio -.-> module_src_ui_StudioAdminOverlay_test_ts
  module_src_ui_StudioAdminOverlay_tsx["src/ui/StudioAdminOverlay.tsx"]
  package__ankhorage_studio -.-> module_src_ui_StudioAdminOverlay_tsx
  module_src_ui_StudioAdminOverlay_tsx --> module_src_projectSecretApi_ts
  module_src_ui_StudioAdminOverlay_tsx --> module_src_projectSecretUsage_ts
  module_src_ui_StudioAuthSettingsOverlay_test_ts["src/ui/StudioAuthSettingsOverlay.test.ts"]
  package__ankhorage_studio -.-> module_src_ui_StudioAuthSettingsOverlay_test_ts
  module_src_ui_StudioAuthSettingsOverlay_tsx["src/ui/StudioAuthSettingsOverlay.tsx"]
  package__ankhorage_studio -.-> module_src_ui_StudioAuthSettingsOverlay_tsx
  module_src_ui_StudioAuthSettingsOverlay_tsx --> module_src_authSettings_ts
  module_src_ui_StudioAuthSettingsOverlay_tsx --> module_src_projectAuthApi_ts
  module_src_ui_StudioAuthSettingsOverlay_tsx --> module_src_projectAuthHealth_ts
  module_src_ui_StudioAuthSettingsOverlay_tsx --> module_src_projectSecretApi_ts
  module_src_ui_useStudioAppBarAugmentation_test_ts["src/ui/useStudioAppBarAugmentation.test.ts"]
  package__ankhorage_studio -.-> module_src_ui_useStudioAppBarAugmentation_test_ts
  module_src_ui_useStudioAppBarAugmentation_ts["src/ui/useStudioAppBarAugmentation.ts"]
  package__ankhorage_studio -.-> module_src_ui_useStudioAppBarAugmentation_ts
  module_src_ui_useStudioAppBarAugmentation_ts --> module_src_core_StudioContext_ts
  module_src_ui_useStudioAppBarAugmentation_ts --> module_src_studioAdminRouteModel_ts
  module_src_ui_useStudioAppBarAugmentation_ts --> module_src_ui_StudioAdminOverlay_tsx
  module_src_ui_useStudioAppBarAugmentation_ts --> module_src_ui_StudioAuthSettingsOverlay_tsx
  module_src_utils_treeUtils_ts["src/utils/treeUtils.ts"]
  package__ankhorage_studio -.-> module_src_utils_treeUtils_ts
  module_src_utils_treeUtils_ts --> module_src_index_ts
